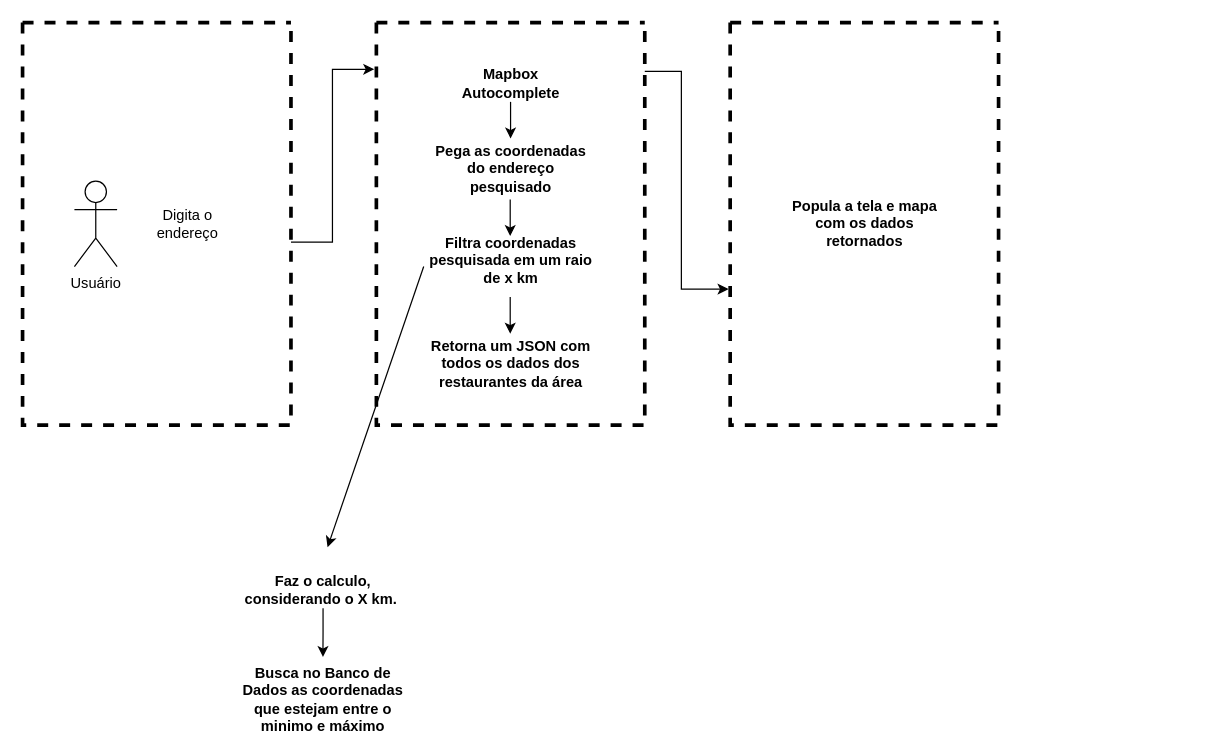
benteats/benteats-frontend keeps this draw.io diagram as diagramas/busca.drawio. Above is the earlier version. Source tidied: cells renumbered, new cells numbered last; positions are measured from the earlier drawing's top-left corner, leaving out a move shared by most shapes. Both pictures are drawn from the tidied source at 122%, with x=0, y=0 at pixel (22, 22).
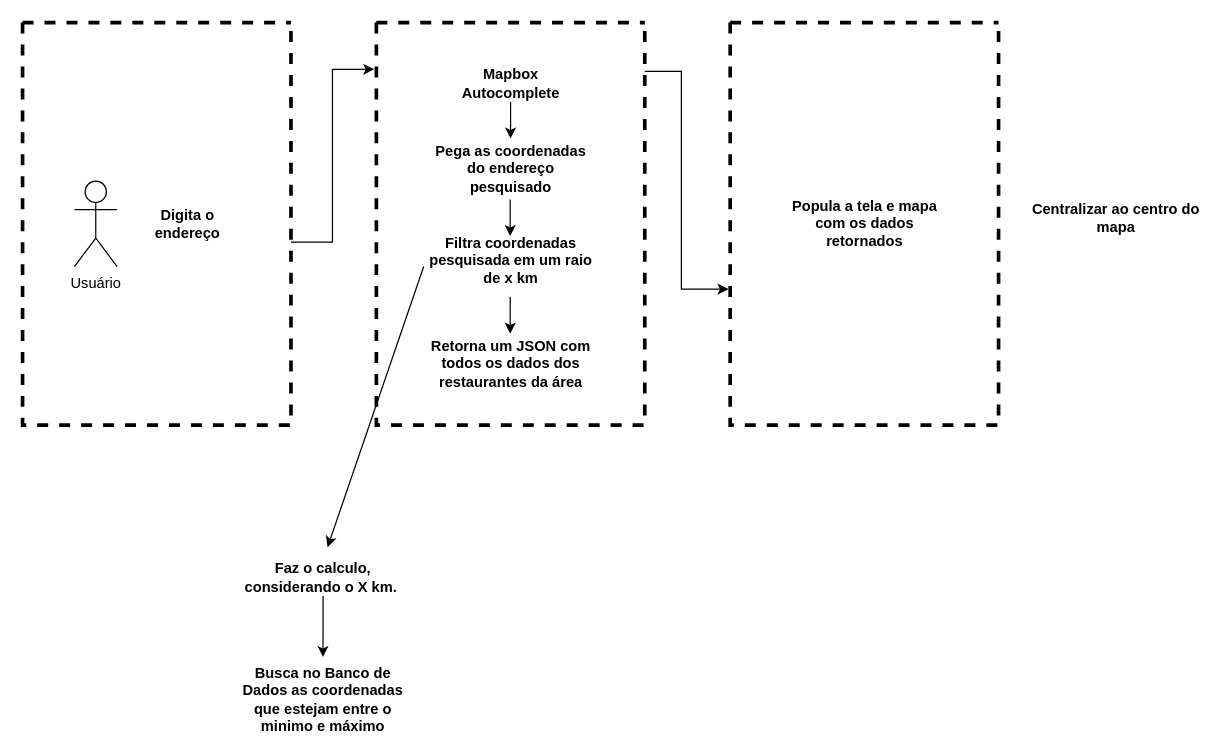
After the change.

The change refers to these unchanged cells:
```xml
<mxCell id="3" style="swimlane;startSize=0;dashed=1;strokeWidth=3;" parent="1" vertex="1">
  <mxGeometry width="220" height="330" as="geometry" />
</mxCell>
```

What changed in the source:
```diff
@@
-    <mxCell id="5" value="Digita o endereço" style="text;html=1;strokeColor=none;fillColor=none;align=center;verticalAlign=middle;whiteSpace=wrap;rounded=0;" parent="3" vertex="1">
+    <mxCell id="5" value="Digita o endereço" style="text;html=1;strokeColor=none;fillColor=none;align=center;verticalAlign=middle;whiteSpace=wrap;rounded=0;fontStyle=1;" parent="3" vertex="1">
       <mxGeometry x="92.5" y="150" width="85" height="30" as="geometry" />
     </mxCell>
@@
     <mxCell id="19" value="Faz o calculo, considerando o X km.&amp;nbsp;" style="text;html=1;strokeColor=none;fillColor=none;align=center;verticalAlign=middle;whiteSpace=wrap;rounded=0;fontStyle=1;" parent="1" vertex="1">
-      <mxGeometry x="170" y="450" width="152.5" height="30" as="geometry" />
+      <mxGeometry x="170" y="440" width="152.5" height="30" as="geometry" />
     </mxCell>
@@
+    <mxCell id="21" value="Centralizar ao centro do mapa" style="text;html=1;strokeColor=none;fillColor=none;align=center;verticalAlign=middle;whiteSpace=wrap;rounded=0;fontStyle=1;" parent="1" vertex="1">
+      <mxGeometry x="820" y="145" width="152.5" height="30" as="geometry" />
+    </mxCell>
```
